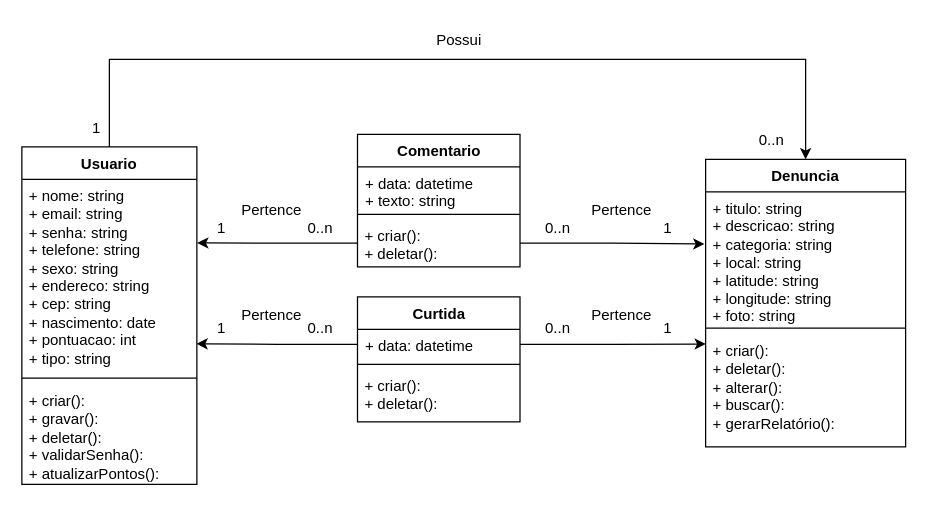
Before: Documentação/Diagramas/Diagrama de Classes.drawio in frsouzaa/Documentacao-TCC-NossaVia, a draw.io diagram. Source tidied: cells renumbered, new cells numbered last; positions are measured from the earlier drawing's top-left corner, leaving out a move shared by most shapes. Both pictures are drawn from the tidied source at 125%, with x=0, y=0 at pixel (21, 21).
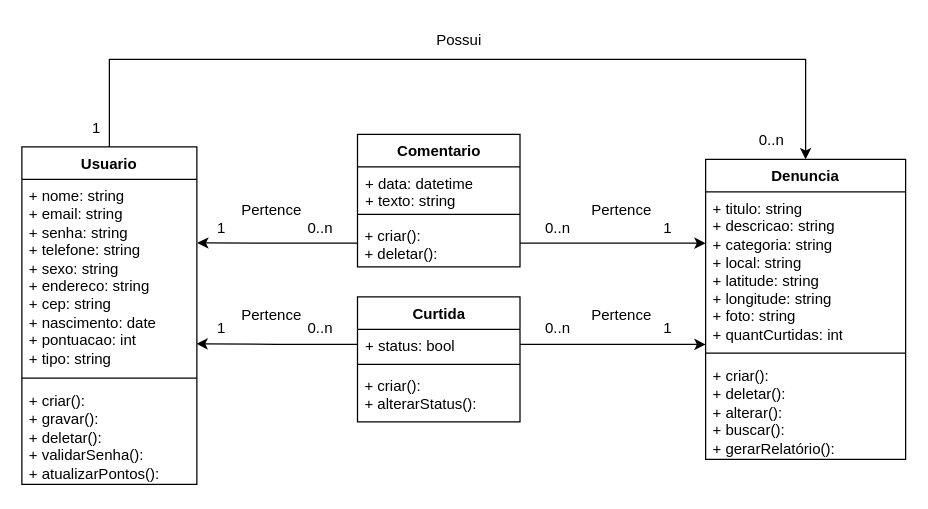
Above is the later version.

Commit message:
adicionando status na classe de curtida e quantidade de curtidas na classe de denuncia

Unchanged cells that the change refers to:
```xml
<mxCell id="13" value="+ criar():&#10;+ deletar(): " style="text;align=left;verticalAlign=top;spacingLeft=4;spacingRight=4;overflow=hidden;points=[[0,0.5],[1,0.5]];portConstraint=eastwest;" parent="10" vertex="1">
  <mxGeometry y="68" width="130" height="38" as="geometry" />
</mxCell>
<mxCell id="16" value="Curtida" style="swimlane;fontStyle=1;align=center;verticalAlign=top;horizontal=1;startSize=26;whiteSpace=wrap;html=1;" parent="1" vertex="1">
  <mxGeometry x="268.5" y="220" width="130" height="100" as="geometry" />
</mxCell>
```

Diff of the diagram source:
```diff
@@
     <mxCell id="6" value="Denuncia" style="swimlane;fontStyle=1;align=center;verticalAlign=top;horizontal=1;startSize=26;whiteSpace=wrap;html=1;" parent="1" vertex="1">
-      <mxGeometry x="547" y="110" width="160" height="230" as="geometry" />
+      <mxGeometry x="547" y="110" width="160" height="240" as="geometry" />
     </mxCell>
-    <mxCell id="7" value="+ titulo: string&lt;div&gt;+ descricao: string&lt;/div&gt;&lt;div&gt;+ categoria: string&lt;/div&gt;&lt;div&gt;+ local: string&lt;br&gt;+ latitude: string&lt;/div&gt;&lt;div&gt;+ longitude: string&lt;/div&gt;&lt;div&gt;+ foto: string&lt;/div&gt;&lt;div&gt;&lt;br&gt;&lt;div&gt;&lt;br&gt;&lt;div&gt;&lt;br&gt;&lt;/div&gt;&lt;/div&gt;&lt;/div&gt;" style="text;strokeColor=none;fillColor=none;align=left;verticalAlign=top;spacingLeft=4;spacingRight=4;overflow=hidden;points=[[0,0.5],[1,0.5]];portConstraint=eastwest;whiteSpace=wrap;html=1;" parent="6" vertex="1">
-      <mxGeometry y="26" width="160" height="104" as="geometry" />
+    <mxCell id="7" value="+ titulo: string&lt;div&gt;+ descricao: string&lt;/div&gt;&lt;div&gt;+ categoria: string&lt;/div&gt;&lt;div&gt;+ local: string&lt;br&gt;+ latitude: string&lt;/div&gt;&lt;div&gt;+ longitude: string&lt;/div&gt;&lt;div&gt;+ foto: string&lt;/div&gt;&lt;div&gt;+ quantCurtidas: int&lt;br&gt;&lt;/div&gt;" style="text;strokeColor=none;fillColor=none;align=left;verticalAlign=top;spacingLeft=4;spacingRight=4;overflow=hidden;points=[[0,0.5],[1,0.5]];portConstraint=eastwest;whiteSpace=wrap;html=1;" parent="6" vertex="1">
+      <mxGeometry y="26" width="160" height="124" as="geometry" />
     </mxCell>
     <mxCell id="8" style="line;strokeWidth=1;fillColor=none;align=left;verticalAlign=middle;spacingTop=-1;spacingLeft=3;spacingRight=3;labelPosition=right;strokeColor=inherit;" parent="6" vertex="1">
-      <mxGeometry y="130" width="160" height="10" as="geometry" />
+      <mxGeometry y="150" width="160" height="10" as="geometry" />
     </mxCell>
     <mxCell id="9" value="+ criar():&amp;nbsp;&lt;br style=&quot;padding: 0px; margin: 0px;&quot;&gt;&lt;span style=&quot;&quot;&gt;+ deletar():&amp;nbsp;&lt;/span&gt;&lt;br style=&quot;padding: 0px; margin: 0px;&quot;&gt;+ alterar():&lt;br&gt;+ buscar():&lt;span style=&quot;&quot;&gt;&amp;nbsp;&lt;/span&gt;&lt;br style=&quot;padding: 0px; margin: 0px;&quot;&gt;&lt;span style=&quot;&quot;&gt;+ gerarRelatório():&lt;/span&gt;&lt;span style=&quot;&quot;&gt;&amp;nbsp;&lt;/span&gt;" style="text;strokeColor=none;fillColor=none;align=left;verticalAlign=top;spacingLeft=4;spacingRight=4;overflow=hidden;points=[[0,0.5],[1,0.5]];portConstraint=eastwest;whiteSpace=wrap;html=1;" parent="6" vertex="1">
-      <mxGeometry y="140" width="160" height="90" as="geometry" />
+      <mxGeometry y="160" width="160" height="80" as="geometry" />
     </mxCell>
@@
-    <mxCell id="17" value="+ data: datetime" style="text;strokeColor=none;fillColor=none;align=left;verticalAlign=top;spacingLeft=4;spacingRight=4;overflow=hidden;points=[[0,0.5],[1,0.5]];portConstraint=eastwest;whiteSpace=wrap;html=1;" parent="16" vertex="1">
+    <mxCell id="17" value="+ status: bool" style="text;strokeColor=none;fillColor=none;align=left;verticalAlign=top;spacingLeft=4;spacingRight=4;overflow=hidden;points=[[0,0.5],[1,0.5]];portConstraint=eastwest;whiteSpace=wrap;html=1;" parent="16" vertex="1">
       <mxGeometry y="26" width="130" height="24" as="geometry" />
     </mxCell>
@@
-    <mxCell id="19" value="+ criar():&#10;+ deletar(): " style="text;align=left;verticalAlign=top;spacingLeft=4;spacingRight=4;overflow=hidden;" parent="16" vertex="1">
+    <mxCell id="19" value="+ criar():&#10;+ alterarStatus(): " style="text;align=left;verticalAlign=top;spacingLeft=4;spacingRight=4;overflow=hidden;" parent="16" vertex="1">
       <mxGeometry y="58" width="130" height="42" as="geometry" />
     </mxCell>
@@
-    <mxCell id="34" style="edgeStyle=orthogonalEdgeStyle;rounded=0;jettySize=auto;html=1;exitX=1;exitY=0.5;exitDx=0;exitDy=0;entryX=0.001;entryY=0.086;entryDx=0;entryDy=0;entryPerimeter=0;" parent="1" edge="1" source="17" target="9">
-      <mxGeometry relative="1" as="geometry" />
+    <mxCell id="34" style="edgeStyle=orthogonalEdgeStyle;rounded=0;jettySize=auto;html=1;exitX=1;exitY=0.5;exitDx=0;exitDy=0;" parent="1" edge="1" source="17" target="6">
+      <mxGeometry relative="1" as="geometry">
+        <Array as="points">
+          <mxPoint x="510" y="258" />
+          <mxPoint x="510" y="258" />
+        </Array>
+      </mxGeometry>
     </mxCell>
@@
-    <mxCell id="37" style="edgeStyle=orthogonalEdgeStyle;rounded=0;jettySize=auto;html=1;entryX=-0.006;entryY=0.401;entryDx=0;entryDy=0;entryPerimeter=0;endArrow=classic;endFill=1;" parent="1" edge="1" source="13" target="7">
-      <mxGeometry relative="1" as="geometry" />
+    <mxCell id="37" style="edgeStyle=orthogonalEdgeStyle;rounded=0;jettySize=auto;html=1;endArrow=classic;endFill=1;" parent="1" edge="1" source="13" target="6">
+      <mxGeometry relative="1" as="geometry">
+        <Array as="points">
+          <mxPoint x="520" y="177" />
+          <mxPoint x="520" y="177" />
+        </Array>
+      </mxGeometry>
     </mxCell>
```
